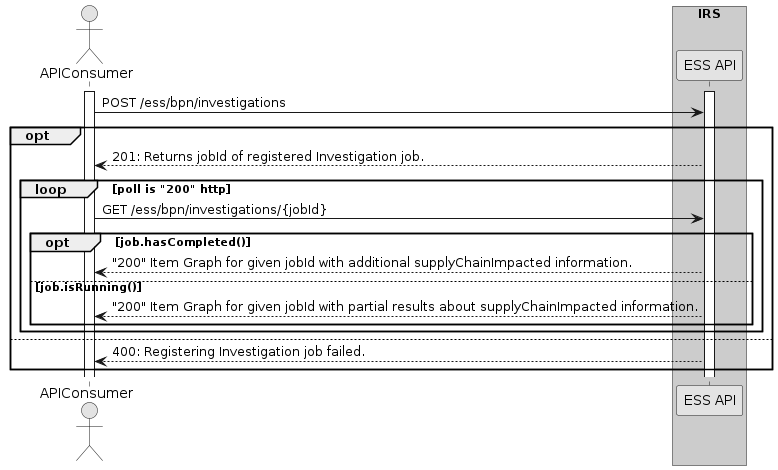
Earlier version of the PlantUML export docs/assets/arc42/arc42_009.png (catenax-ng/tx-item-relationship-service).
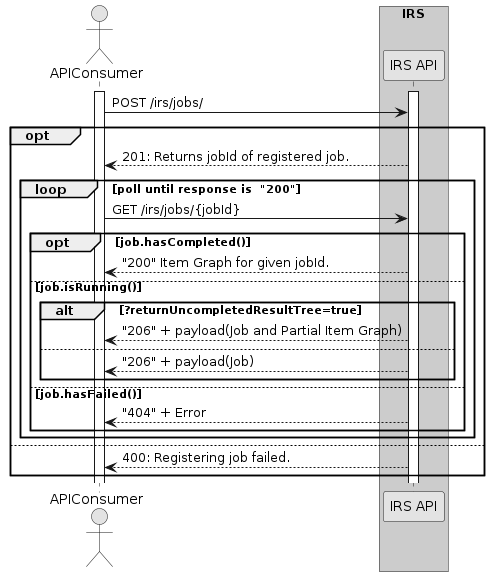
The same file after the commit.

The edit, as a diff of the source:
```diff
@@ -8,25 +8,31 @@
 activate APIConsumer
 
 box "IRS" #LightBlue
-participant WebService as "ESS API"
+participant WebService as "IRS API"
 activate WebService
 
-APIConsumer -> WebService : POST /ess/bpn/investigations
+APIConsumer -> WebService : POST /irs/jobs/
 opt
-APIConsumer <-- WebService : 201: Returns jobId of registered Investigation job.
+APIConsumer <-- WebService : 201: Returns jobId of registered job.
 
-    loop poll is "200" http
-         APIConsumer -> WebService : GET /ess/bpn/investigations/{jobId}
+    loop poll until response is  "200"
+         APIConsumer -> WebService : GET /irs/jobs/{jobId}
 
          opt job.hasCompleted()
-                APIConsumer <-- WebService : "200" Item Graph for given jobId with additional supplyChainImpacted information.
+                APIConsumer <-- WebService : "200" Item Graph for given jobId.
          else job.isRunning()
-               APIConsumer <-- WebService : "200" Item Graph for given jobId with partial results about supplyChainImpacted information.
-         end opt
+               alt ?returnUncompletedResultTree=true
+                 APIConsumer <-- WebService : "206" + payload(Job and Partial Item Graph)
+               else
+                 APIConsumer <-- WebService : "206" + payload(Job)
+                end alt
+         else job.hasFailed()
+            APIConsumer <-- WebService : "404" + Error
+        end opt
     end loop
 
 else
-APIConsumer <-- WebService : 400: Registering Investigation job failed.
+APIConsumer <-- WebService : 400: Registering job failed.
 end opt
 
 
```
